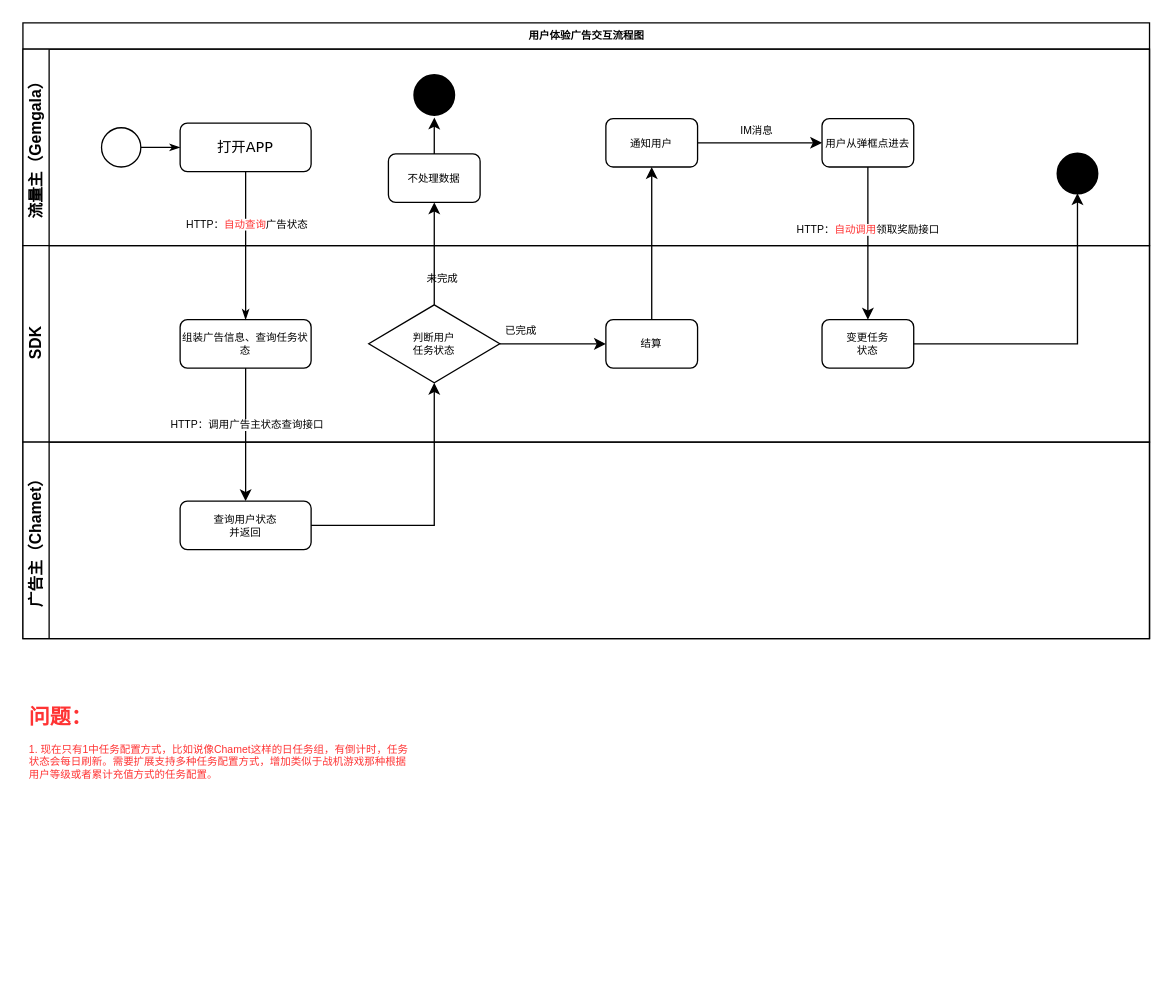
hozhis/xbb keeps this draw.io diagram as 未命名绘图.drawio. Above is the earlier version. Source tidied: cells renumbered, new cells numbered last; positions are measured from the earlier drawing's top-left corner, leaving out a move shared by most shapes. Both pictures are drawn from the tidied source at 131%, with x=0, y=0 at pixel (22, 22).
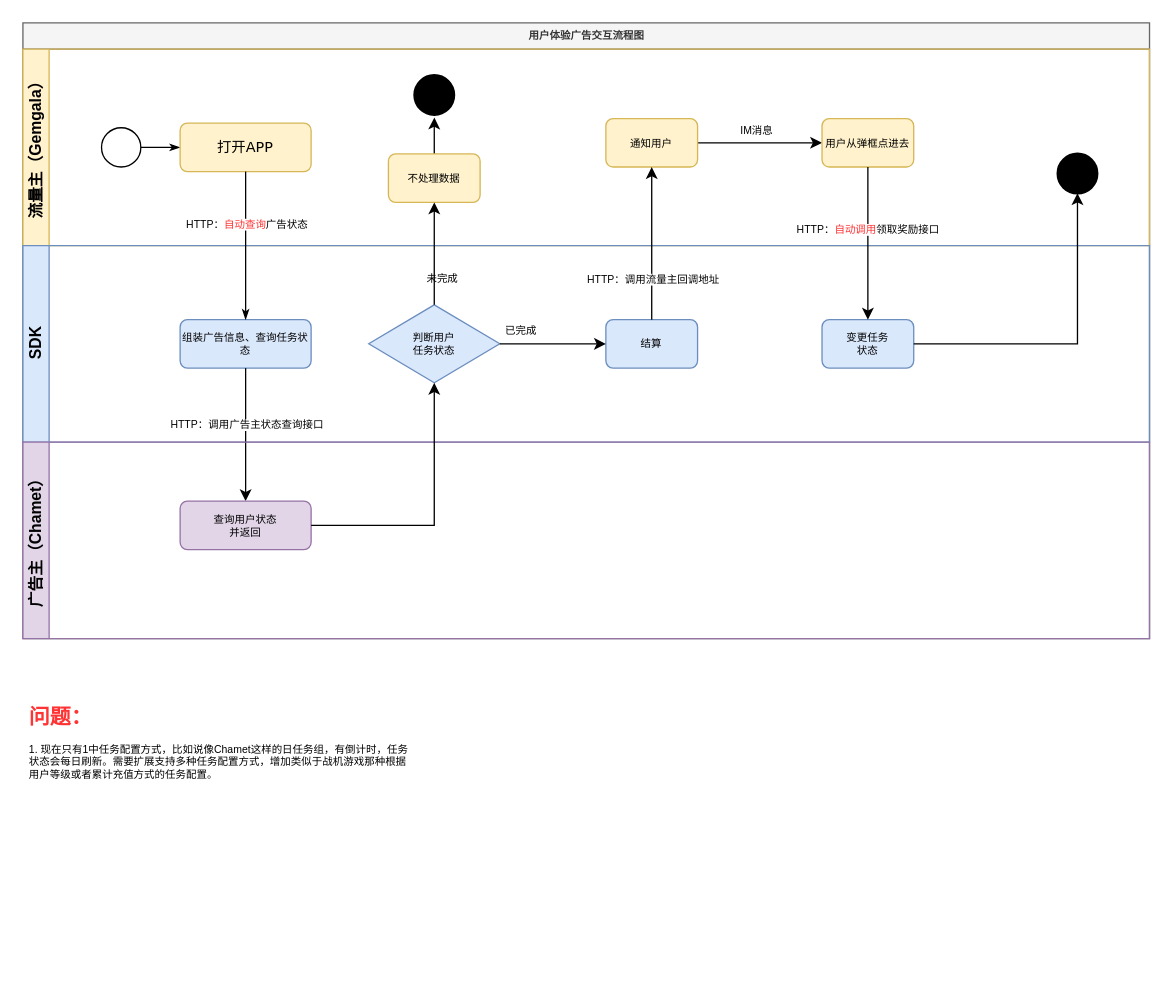
Above is the later version.

Commit message (it also covers changes not shown here):
更新未命名绘图.drawio

Unchanged cells that the change refers to:
```xml
<mxCell id="31" style="edgeStyle=orthogonalEdgeStyle;rounded=0;jettySize=auto;html=1;exitX=0.5;exitY=0;exitDx=0;exitDy=0;fontSize=8;" parent="2" edge="1" source="20" target="8">
  <mxGeometry relative="1" as="geometry" />
</mxCell>
```

Change to the diagram source:
```diff
@@
-    <mxCell id="2" value="用户体验广告交互流程图" style="swimlane;html=1;horizontal=1;startSize=20;rounded=0;shadow=0;labelBackgroundColor=none;strokeWidth=1;fontFamily=Verdana;fontSize=8;align=center;" parent="1" vertex="1">
+    <mxCell id="2" value="用户体验广告交互流程图" style="swimlane;html=1;horizontal=1;startSize=20;rounded=0;shadow=0;labelBackgroundColor=none;strokeWidth=1;fontFamily=Verdana;fontSize=8;align=center;fillColor=#f5f5f5;fontColor=#333333;strokeColor=#666666;" parent="1" vertex="1">
       <mxGeometry width="860" height="470" as="geometry" />
     </mxCell>
-    <mxCell id="3" value="流量主（Gemgala）" style="swimlane;html=1;startSize=20;horizontal=0;" parent="2" vertex="1">
+    <mxCell id="3" value="流量主（Gemgala）" style="swimlane;html=1;startSize=20;horizontal=0;fillColor=#fff2cc;strokeColor=#d6b656;" parent="2" vertex="1">
       <mxGeometry y="20" width="860" height="150" as="geometry" />
     </mxCell>
@@
-    <mxCell id="6" value="&lt;font style=&quot;font-size: 11px;&quot;&gt;打开APP&lt;/font&gt;" style="rounded=1;whiteSpace=wrap;html=1;shadow=0;labelBackgroundColor=none;strokeWidth=1;fontFamily=Verdana;fontSize=8;align=center;" parent="3" vertex="1">
+    <mxCell id="6" value="&lt;font style=&quot;font-size: 11px;&quot;&gt;打开APP&lt;/font&gt;" style="rounded=1;whiteSpace=wrap;html=1;shadow=0;labelBackgroundColor=none;strokeWidth=1;fontFamily=Verdana;fontSize=8;align=center;fillColor=#fff2cc;strokeColor=#d6b656;" parent="3" vertex="1">
       <mxGeometry x="120" y="56.5" width="100" height="37" as="geometry" />
     </mxCell>
@@
-    <mxCell id="8" value="通知用户" style="rounded=1;whiteSpace=wrap;html=1;shadow=0;labelBackgroundColor=none;strokeWidth=1;fontFamily=Verdana;fontSize=8;align=center;" parent="3" vertex="1">
+    <mxCell id="8" value="通知用户" style="rounded=1;whiteSpace=wrap;html=1;shadow=0;labelBackgroundColor=none;strokeWidth=1;fontFamily=Verdana;fontSize=8;align=center;fillColor=#fff2cc;strokeColor=#d6b656;" parent="3" vertex="1">
       <mxGeometry x="445" y="53" width="70" height="37" as="geometry" />
     </mxCell>
@@
-    <mxCell id="11" value="不处理数据" style="rounded=1;whiteSpace=wrap;html=1;shadow=0;labelBackgroundColor=none;strokeWidth=1;fontFamily=Verdana;fontSize=8;align=center;" parent="3" vertex="1">
+    <mxCell id="11" value="不处理数据" style="rounded=1;whiteSpace=wrap;html=1;shadow=0;labelBackgroundColor=none;strokeWidth=1;fontFamily=Verdana;fontSize=8;align=center;fillColor=#fff2cc;strokeColor=#d6b656;" parent="3" vertex="1">
       <mxGeometry x="279" y="80" width="70" height="37" as="geometry" />
     </mxCell>
-    <mxCell id="12" value="用户从弹框点进去" style="rounded=1;whiteSpace=wrap;html=1;shadow=0;labelBackgroundColor=none;strokeWidth=1;fontFamily=Verdana;fontSize=8;align=center;" parent="3" vertex="1">
+    <mxCell id="12" value="用户从弹框点进去" style="rounded=1;whiteSpace=wrap;html=1;shadow=0;labelBackgroundColor=none;strokeWidth=1;fontFamily=Verdana;fontSize=8;align=center;fillColor=#fff2cc;strokeColor=#d6b656;" parent="3" vertex="1">
       <mxGeometry x="610" y="53" width="70" height="37" as="geometry" />
     </mxCell>
@@
-    <mxCell id="15" value="SDK" style="swimlane;html=1;startSize=20;horizontal=0;" parent="2" vertex="1">
+    <mxCell id="15" value="SDK" style="swimlane;html=1;startSize=20;horizontal=0;fillColor=#dae8fc;strokeColor=#6c8ebf;" parent="2" vertex="1">
       <mxGeometry y="170" width="860" height="150" as="geometry" />
     </mxCell>
-    <mxCell id="16" value="组装广告信息、查询任务状态" style="rounded=1;whiteSpace=wrap;html=1;shadow=0;labelBackgroundColor=none;strokeWidth=1;fontFamily=Verdana;fontSize=8;align=center;" parent="15" vertex="1">
+    <mxCell id="16" value="组装广告信息、查询任务状态" style="rounded=1;whiteSpace=wrap;html=1;shadow=0;labelBackgroundColor=none;strokeWidth=1;fontFamily=Verdana;fontSize=8;align=center;fillColor=#dae8fc;strokeColor=#6c8ebf;" parent="15" vertex="1">
       <mxGeometry x="120" y="56.5" width="100" height="37" as="geometry" />
     </mxCell>
-    <mxCell id="17" value="判断用户&lt;br&gt;任务状态" style="strokeWidth=1;html=1;shape=mxgraph.flowchart.decision;whiteSpace=wrap;rounded=1;shadow=0;labelBackgroundColor=none;fontFamily=Verdana;fontSize=8;align=center;" parent="15" vertex="1">
+    <mxCell id="17" value="判断用户&lt;br&gt;任务状态" style="strokeWidth=1;html=1;shape=mxgraph.flowchart.decision;whiteSpace=wrap;rounded=1;shadow=0;labelBackgroundColor=none;fontFamily=Verdana;fontSize=8;align=center;fillColor=#dae8fc;strokeColor=#6c8ebf;" parent="15" vertex="1">
       <mxGeometry x="264" y="45.2" width="100" height="59.5" as="geometry" />
     </mxCell>
@@
-    <mxCell id="20" value="结算" style="rounded=1;whiteSpace=wrap;html=1;shadow=0;labelBackgroundColor=none;strokeWidth=1;fontFamily=Verdana;fontSize=8;align=center;" parent="15" vertex="1">
+    <mxCell id="20" value="结算" style="rounded=1;whiteSpace=wrap;html=1;shadow=0;labelBackgroundColor=none;strokeWidth=1;fontFamily=Verdana;fontSize=8;align=center;fillColor=#dae8fc;strokeColor=#6c8ebf;" parent="15" vertex="1">
       <mxGeometry x="445" y="56.5" width="70" height="37" as="geometry" />
     </mxCell>
@@
-    <mxCell id="22" value="变更任务&lt;br&gt;状态" style="rounded=1;whiteSpace=wrap;html=1;shadow=0;labelBackgroundColor=none;strokeWidth=1;fontFamily=Verdana;fontSize=8;align=center;" parent="15" vertex="1">
+    <mxCell id="22" value="变更任务&lt;br&gt;状态" style="rounded=1;whiteSpace=wrap;html=1;shadow=0;labelBackgroundColor=none;strokeWidth=1;fontFamily=Verdana;fontSize=8;align=center;fillColor=#dae8fc;strokeColor=#6c8ebf;" parent="15" vertex="1">
       <mxGeometry x="610" y="56.5" width="70" height="37" as="geometry" />
     </mxCell>
@@
-    <mxCell id="28" value="广告主（Chamet）" style="swimlane;html=1;startSize=20;horizontal=0;" parent="2" vertex="1">
+    <mxCell id="28" value="广告主（Chamet）" style="swimlane;html=1;startSize=20;horizontal=0;fillColor=#e1d5e7;strokeColor=#9673a6;" parent="2" vertex="1">
       <mxGeometry y="320" width="860" height="150" as="geometry" />
     </mxCell>
-    <mxCell id="29" value="查询用户状态&lt;br&gt;并返回" style="rounded=1;whiteSpace=wrap;html=1;shadow=0;labelBackgroundColor=none;strokeWidth=1;fontFamily=Verdana;fontSize=8;align=center;" parent="28" vertex="1">
+    <mxCell id="29" value="查询用户状态&lt;br&gt;并返回" style="rounded=1;whiteSpace=wrap;html=1;shadow=0;labelBackgroundColor=none;strokeWidth=1;fontFamily=Verdana;fontSize=8;align=center;fillColor=#e1d5e7;strokeColor=#9673a6;" parent="28" vertex="1">
       <mxGeometry x="120" y="45" width="100" height="37" as="geometry" />
     </mxCell>
@@
+    <mxCell id="36" value="HTTP：调用流量主回调地址" style="edgeLabel;html=1;align=center;verticalAlign=middle;fontSize=8;fontColor=#000000;" parent="31" vertex="1">
+      <mxGeometry x="-0.29" y="-1" relative="1" as="geometry">
+        <mxPoint x="-1" y="10" as="offset" />
+      </mxGeometry>
+    </mxCell>
@@
-    <mxCell id="35" value="&lt;h1&gt;问题：&lt;/h1&gt;&lt;p&gt;1. 现在只有1中任务配置方式，比如说像Chamet这样的日任务组，有倒计时，任务状态会每日刷新。需要扩展支持多种任务配置方式，增加类似于战机游戏那种根据用户等级或者累计充值方式的任务配置。&lt;/p&gt;" style="text;html=1;strokeColor=none;fillColor=none;spacing=5;spacingTop=-20;whiteSpace=wrap;overflow=hidden;rounded=0;fontSize=8;fontColor=#FF3333;" parent="1" vertex="1">
+    <mxCell id="35" value="&lt;h1&gt;问题：&lt;/h1&gt;&lt;p&gt;&lt;font color=&quot;#000000&quot;&gt;1. 现在只有1中任务配置方式，比如说像Chamet这样的日任务组，有倒计时，任务状态会每日刷新。需要扩展支持多种任务配置方式，增加类似于战机游戏那种根据用户等级或者累计充值方式的任务配置。&lt;/font&gt;&lt;/p&gt;" style="text;html=1;strokeColor=none;fillColor=none;spacing=5;spacingTop=-20;whiteSpace=wrap;overflow=hidden;rounded=0;fontSize=8;fontColor=#FF3333;" parent="1" vertex="1">
       <mxGeometry y="520" width="300" height="210" as="geometry" />
     </mxCell>
```
